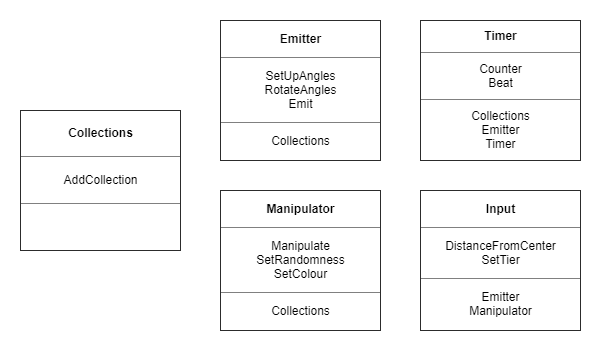
The draw.io diagram planning/mandala-coaster-CRC-v3.png in En-Be/mandala-coaster, before a commit. Source tidied: cells renumbered, new cells last; positions are measured from the earlier drawing's top-left corner, leaving out a move shared by most shapes. Its diagram source:
```xml
<mxGraphModel>
  <root>
    <mxCell id="0" />
    <mxCell id="1" parent="0" />
    <mxCell id="2" value="&lt;table border=&quot;1&quot; width=&quot;100%&quot; cellpadding=&quot;4&quot; style=&quot;width: 100% ; height: 100% ; border-collapse: collapse&quot;&gt;&lt;tbody&gt;&lt;tr&gt;&lt;th align=&quot;center&quot;&gt;Emitter&lt;/th&gt;&lt;/tr&gt;&lt;tr&gt;&lt;td align=&quot;center&quot;&gt;SetUpAngles&lt;br&gt;RotateAngles&lt;br&gt;Emit&lt;br&gt;&lt;/td&gt;&lt;/tr&gt;&lt;tr&gt;&lt;td align=&quot;center&quot;&gt;Collections&lt;br&gt;&lt;/td&gt;&lt;/tr&gt;&lt;/tbody&gt;&lt;/table&gt;" style="text;html=1;strokeColor=none;fillColor=none;overflow=fill;" parent="1" vertex="1">
      <mxGeometry x="200" width="160" height="140" as="geometry" />
    </mxCell>
    <mxCell id="3" value="&lt;table border=&quot;1&quot; width=&quot;100%&quot; cellpadding=&quot;4&quot; style=&quot;width: 100% ; height: 100% ; border-collapse: collapse&quot;&gt;&lt;tbody&gt;&lt;tr&gt;&lt;th align=&quot;center&quot;&gt;&lt;b&gt;Timer&lt;/b&gt;&lt;/th&gt;&lt;/tr&gt;&lt;tr&gt;&lt;td align=&quot;center&quot;&gt;Counter&lt;br&gt;Beat&lt;br&gt;&lt;/td&gt;&lt;/tr&gt;&lt;tr&gt;&lt;td align=&quot;center&quot;&gt;Collections&lt;br&gt;Emitter&lt;br&gt;Timer&lt;/td&gt;&lt;/tr&gt;&lt;/tbody&gt;&lt;/table&gt;" style="text;html=1;strokeColor=none;fillColor=none;overflow=fill;" parent="1" vertex="1">
      <mxGeometry x="400" width="160" height="140" as="geometry" />
    </mxCell>
    <mxCell id="4" value="&lt;table border=&quot;1&quot; width=&quot;100%&quot; cellpadding=&quot;4&quot; style=&quot;width: 100% ; height: 100% ; border-collapse: collapse&quot;&gt;&lt;tbody&gt;&lt;tr&gt;&lt;th align=&quot;center&quot;&gt;Collections&lt;/th&gt;&lt;/tr&gt;&lt;tr&gt;&lt;td align=&quot;center&quot;&gt;AddCollection&lt;/td&gt;&lt;/tr&gt;&lt;tr&gt;&lt;td align=&quot;center&quot;&gt;&lt;br&gt;&lt;/td&gt;&lt;/tr&gt;&lt;/tbody&gt;&lt;/table&gt;" style="text;html=1;strokeColor=none;fillColor=none;overflow=fill;" parent="1" vertex="1">
      <mxGeometry y="90" width="160" height="140" as="geometry" />
    </mxCell>
    <mxCell id="5" value="&lt;table border=&quot;1&quot; width=&quot;100%&quot; cellpadding=&quot;4&quot; style=&quot;width: 100% ; height: 100% ; border-collapse: collapse&quot;&gt;&lt;tbody&gt;&lt;tr&gt;&lt;th align=&quot;center&quot;&gt;Manipulator&lt;/th&gt;&lt;/tr&gt;&lt;tr&gt;&lt;td align=&quot;center&quot;&gt;Manipulate&lt;br&gt;SetRandomness&lt;br&gt;SetColour&lt;/td&gt;&lt;/tr&gt;&lt;tr&gt;&lt;td align=&quot;center&quot;&gt;Collections&lt;/td&gt;&lt;/tr&gt;&lt;/tbody&gt;&lt;/table&gt;" style="text;html=1;strokeColor=none;fillColor=none;overflow=fill;" parent="1" vertex="1">
      <mxGeometry x="200" y="170" width="160" height="140" as="geometry" />
    </mxCell>
    <mxCell id="6" value="&lt;table border=&quot;1&quot; width=&quot;100%&quot; cellpadding=&quot;4&quot; style=&quot;width: 100% ; height: 100% ; border-collapse: collapse&quot;&gt;&lt;tbody&gt;&lt;tr&gt;&lt;th align=&quot;center&quot;&gt;Input&lt;/th&gt;&lt;/tr&gt;&lt;tr&gt;&lt;td align=&quot;center&quot;&gt;DistanceFromCenter&lt;br&gt;SetTier&lt;/td&gt;&lt;/tr&gt;&lt;tr&gt;&lt;td align=&quot;center&quot;&gt;Emitter&lt;br&gt;Manipulator&lt;/td&gt;&lt;/tr&gt;&lt;/tbody&gt;&lt;/table&gt;" style="text;html=1;strokeColor=none;fillColor=none;overflow=fill;" parent="1" vertex="1">
      <mxGeometry x="400" y="170" width="160" height="140" as="geometry" />
    </mxCell>
  </root>
</mxGraphModel>
```
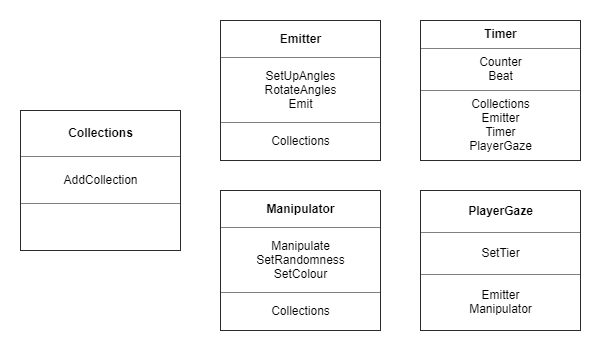
After the commit.

Change to the diagram source:
```diff
@@ -5,7 +5,7 @@
     <mxCell id="2" value="&lt;table border=&quot;1&quot; width=&quot;100%&quot; cellpadding=&quot;4&quot; style=&quot;width: 100% ; height: 100% ; border-collapse: collapse&quot;&gt;&lt;tbody&gt;&lt;tr&gt;&lt;th align=&quot;center&quot;&gt;Emitter&lt;/th&gt;&lt;/tr&gt;&lt;tr&gt;&lt;td align=&quot;center&quot;&gt;SetUpAngles&lt;br&gt;RotateAngles&lt;br&gt;Emit&lt;br&gt;&lt;/td&gt;&lt;/tr&gt;&lt;tr&gt;&lt;td align=&quot;center&quot;&gt;Collections&lt;br&gt;&lt;/td&gt;&lt;/tr&gt;&lt;/tbody&gt;&lt;/table&gt;" style="text;html=1;strokeColor=none;fillColor=none;overflow=fill;" parent="1" vertex="1">
       <mxGeometry x="200" width="160" height="140" as="geometry" />
     </mxCell>
-    <mxCell id="3" value="&lt;table border=&quot;1&quot; width=&quot;100%&quot; cellpadding=&quot;4&quot; style=&quot;width: 100% ; height: 100% ; border-collapse: collapse&quot;&gt;&lt;tbody&gt;&lt;tr&gt;&lt;th align=&quot;center&quot;&gt;&lt;b&gt;Timer&lt;/b&gt;&lt;/th&gt;&lt;/tr&gt;&lt;tr&gt;&lt;td align=&quot;center&quot;&gt;Counter&lt;br&gt;Beat&lt;br&gt;&lt;/td&gt;&lt;/tr&gt;&lt;tr&gt;&lt;td align=&quot;center&quot;&gt;Collections&lt;br&gt;Emitter&lt;br&gt;Timer&lt;/td&gt;&lt;/tr&gt;&lt;/tbody&gt;&lt;/table&gt;" style="text;html=1;strokeColor=none;fillColor=none;overflow=fill;" parent="1" vertex="1">
+    <mxCell id="3" value="&lt;table border=&quot;1&quot; width=&quot;100%&quot; cellpadding=&quot;4&quot; style=&quot;width: 100% ; height: 100% ; border-collapse: collapse&quot;&gt;&lt;tbody&gt;&lt;tr&gt;&lt;th align=&quot;center&quot;&gt;&lt;b&gt;Timer&lt;/b&gt;&lt;/th&gt;&lt;/tr&gt;&lt;tr&gt;&lt;td align=&quot;center&quot;&gt;Counter&lt;br&gt;Beat&lt;br&gt;&lt;/td&gt;&lt;/tr&gt;&lt;tr&gt;&lt;td align=&quot;center&quot;&gt;Collections&lt;br&gt;Emitter&lt;br&gt;Timer&lt;br&gt;PlayerGaze&lt;/td&gt;&lt;/tr&gt;&lt;/tbody&gt;&lt;/table&gt;" style="text;html=1;strokeColor=none;fillColor=none;overflow=fill;" parent="1" vertex="1">
       <mxGeometry x="400" width="160" height="140" as="geometry" />
     </mxCell>
     <mxCell id="4" value="&lt;table border=&quot;1&quot; width=&quot;100%&quot; cellpadding=&quot;4&quot; style=&quot;width: 100% ; height: 100% ; border-collapse: collapse&quot;&gt;&lt;tbody&gt;&lt;tr&gt;&lt;th align=&quot;center&quot;&gt;Collections&lt;/th&gt;&lt;/tr&gt;&lt;tr&gt;&lt;td align=&quot;center&quot;&gt;AddCollection&lt;/td&gt;&lt;/tr&gt;&lt;tr&gt;&lt;td align=&quot;center&quot;&gt;&lt;br&gt;&lt;/td&gt;&lt;/tr&gt;&lt;/tbody&gt;&lt;/table&gt;" style="text;html=1;strokeColor=none;fillColor=none;overflow=fill;" parent="1" vertex="1">
@@ -14,7 +14,7 @@
     <mxCell id="5" value="&lt;table border=&quot;1&quot; width=&quot;100%&quot; cellpadding=&quot;4&quot; style=&quot;width: 100% ; height: 100% ; border-collapse: collapse&quot;&gt;&lt;tbody&gt;&lt;tr&gt;&lt;th align=&quot;center&quot;&gt;Manipulator&lt;/th&gt;&lt;/tr&gt;&lt;tr&gt;&lt;td align=&quot;center&quot;&gt;Manipulate&lt;br&gt;SetRandomness&lt;br&gt;SetColour&lt;/td&gt;&lt;/tr&gt;&lt;tr&gt;&lt;td align=&quot;center&quot;&gt;Collections&lt;/td&gt;&lt;/tr&gt;&lt;/tbody&gt;&lt;/table&gt;" style="text;html=1;strokeColor=none;fillColor=none;overflow=fill;" parent="1" vertex="1">
       <mxGeometry x="200" y="170" width="160" height="140" as="geometry" />
     </mxCell>
-    <mxCell id="6" value="&lt;table border=&quot;1&quot; width=&quot;100%&quot; cellpadding=&quot;4&quot; style=&quot;width: 100% ; height: 100% ; border-collapse: collapse&quot;&gt;&lt;tbody&gt;&lt;tr&gt;&lt;th align=&quot;center&quot;&gt;Input&lt;/th&gt;&lt;/tr&gt;&lt;tr&gt;&lt;td align=&quot;center&quot;&gt;DistanceFromCenter&lt;br&gt;SetTier&lt;/td&gt;&lt;/tr&gt;&lt;tr&gt;&lt;td align=&quot;center&quot;&gt;Emitter&lt;br&gt;Manipulator&lt;/td&gt;&lt;/tr&gt;&lt;/tbody&gt;&lt;/table&gt;" style="text;html=1;strokeColor=none;fillColor=none;overflow=fill;" parent="1" vertex="1">
+    <mxCell id="6" value="&lt;table border=&quot;1&quot; width=&quot;100%&quot; cellpadding=&quot;4&quot; style=&quot;width: 100% ; height: 100% ; border-collapse: collapse&quot;&gt;&lt;tbody&gt;&lt;tr&gt;&lt;th align=&quot;center&quot;&gt;PlayerGaze&lt;/th&gt;&lt;/tr&gt;&lt;tr&gt;&lt;td align=&quot;center&quot;&gt;SetTier&lt;/td&gt;&lt;/tr&gt;&lt;tr&gt;&lt;td align=&quot;center&quot;&gt;Emitter&lt;br&gt;Manipulator&lt;/td&gt;&lt;/tr&gt;&lt;/tbody&gt;&lt;/table&gt;" style="text;html=1;strokeColor=none;fillColor=none;overflow=fill;" parent="1" vertex="1">
       <mxGeometry x="400" y="170" width="160" height="140" as="geometry" />
     </mxCell>
   </root>
```
